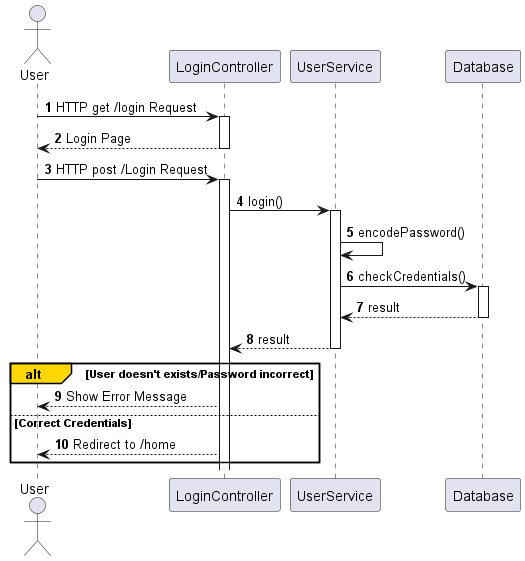
ikolton/MOproject keeps this PlantUML diagram as Login_Sequence_Diagram.png. Above is the earlier version.
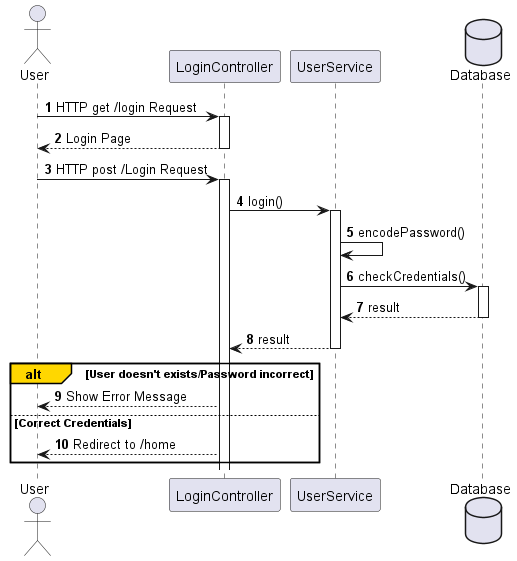
Above is the later version.

Diff of the diagram source:
```diff
@@ -5,7 +5,7 @@
 actor User as U
 participant "LoginController" as LC
 participant UserService as US
-participant Database as DB
+database Database as DB
 
 U -> LC: HTTP get /login Request
 activate LC
```
